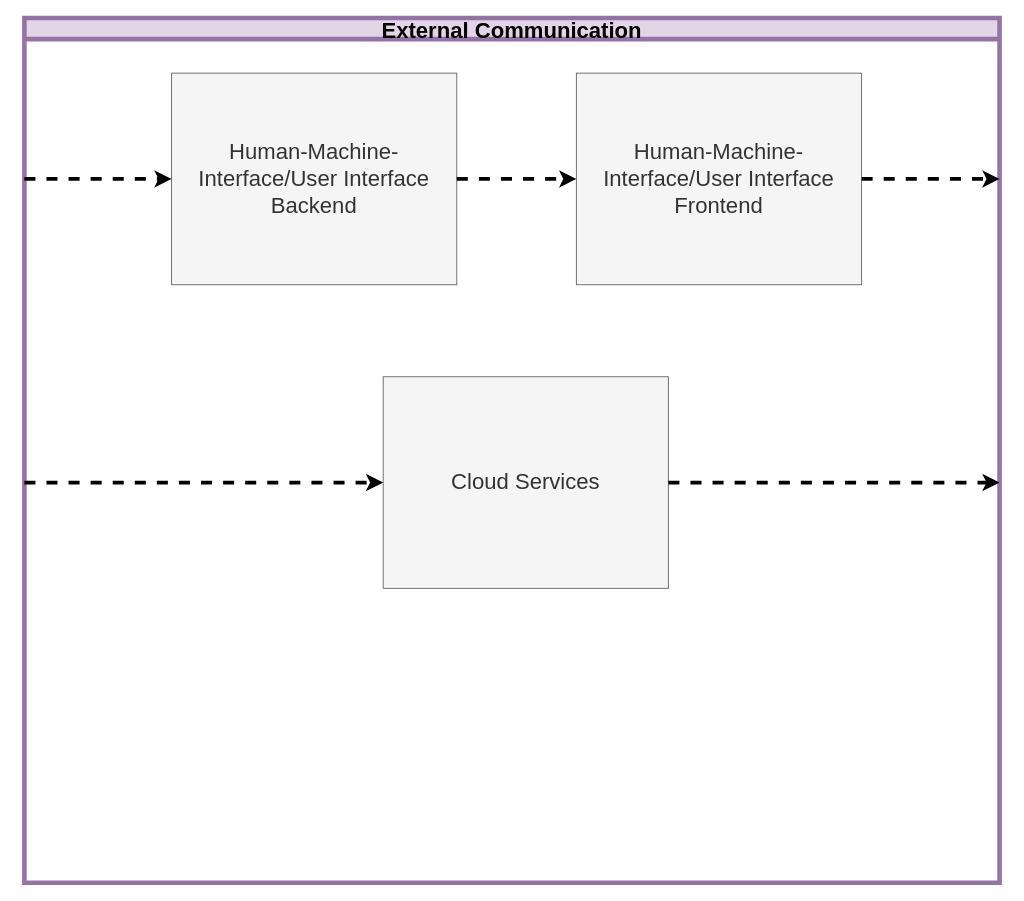
Above: page "#2 External Communication" (8 of 18) of OutdoorNavigationStructure.drawio in ipa-dmo/ipa_outdoor_docu (draw.io), before the change. Source tidied: cells renumbered, new cells numbered last; positions are measured from the earlier drawing's top-left corner, leaving out a move shared by most shapes. Both pictures are drawn from the tidied source at 92%, with x=0, y=0 at pixel (24, 17).
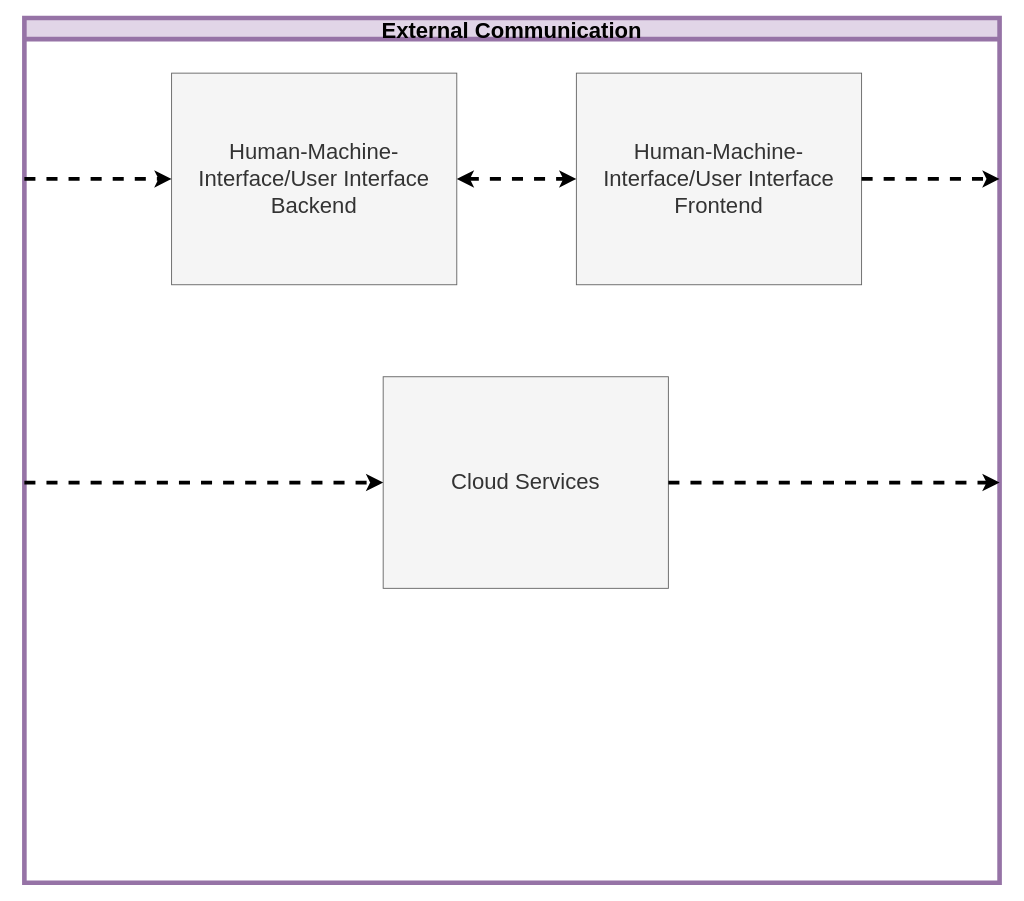
The same diagram, later.

Change to the diagram source:
```diff
@@
 <mxGraphModel>
   <root>
     <mxCell id="0" />
     <mxCell id="1" parent="0" />
     <mxCell id="2" value="External Communication" style="swimlane;fillColor=#e1d5e7;strokeColor=#9673a6;fontSize=24;strokeWidth=5;startSize=23;" parent="1" vertex="1">
       <mxGeometry width="1060" height="940" as="geometry" />
     </mxCell>
     <mxCell id="3" value="&lt;div&gt;&lt;font style=&quot;font-size: 24px&quot;&gt;Human-Machine-Interface/User Interface&lt;/font&gt;&lt;/div&gt;&lt;div&gt;&lt;font style=&quot;font-size: 24px&quot;&gt;Backend&lt;br&gt;&lt;/font&gt;&lt;/div&gt;" style="whiteSpace=wrap;html=1;fillColor=#f5f5f5;strokeColor=#666666;fontColor=#333333;" parent="2" vertex="1">
       <mxGeometry x="160" y="60" width="310" height="230" as="geometry" />
     </mxCell>
     <mxCell id="4" style="endArrow=classic;html=1;entryX=0;entryY=0.5;entryDx=0;entryDy=0;strokeWidth=4;dashed=1;" parent="2" edge="1" target="3">
       <mxGeometry relative="1" as="geometry">
         <mxPoint y="175" as="sourcePoint" />
       </mxGeometry>
     </mxCell>
-    <mxCell id="5" style="endArrow=classic;html=1;strokeWidth=4;exitX=1;exitY=0.5;exitDx=0;exitDy=0;dashed=1;entryX=0;entryY=0.5;entryDx=0;entryDy=0;" parent="2" edge="1" source="3" target="9">
+    <mxCell id="5" style="endArrow=classic;html=1;strokeWidth=4;exitX=1;exitY=0.5;exitDx=0;exitDy=0;dashed=1;entryX=0;entryY=0.5;entryDx=0;entryDy=0;startArrow=classic;startFill=1;" parent="2" edge="1" source="3" target="9">
       <mxGeometry relative="1" as="geometry" />
     </mxCell>
     <mxCell id="6" value="&lt;font style=&quot;font-size: 24px&quot;&gt;Cloud Services&lt;br&gt;&lt;/font&gt;" style="whiteSpace=wrap;html=1;fillColor=#f5f5f5;strokeColor=#666666;fontColor=#333333;" parent="2" vertex="1">
       <mxGeometry x="390" y="390" width="310" height="230" as="geometry" />
     </mxCell>
     <mxCell id="7" style="endArrow=classic;html=1;entryX=0;entryY=0.5;entryDx=0;entryDy=0;strokeWidth=4;dashed=1;" parent="2" edge="1" target="6">
       <mxGeometry relative="1" as="geometry">
         <mxPoint y="505" as="sourcePoint" />
       </mxGeometry>
     </mxCell>
     <mxCell id="8" style="endArrow=classic;html=1;strokeWidth=4;exitX=1;exitY=0.5;exitDx=0;exitDy=0;dashed=1;" parent="2" edge="1" source="6">
       <mxGeometry relative="1" as="geometry">
         <mxPoint x="1060" y="505" as="targetPoint" />
       </mxGeometry>
     </mxCell>
     <mxCell id="9" value="&lt;div&gt;&lt;font style=&quot;font-size: 24px&quot;&gt;Human-Machine-Interface/User Interface&lt;/font&gt;&lt;/div&gt;&lt;div&gt;&lt;font style=&quot;font-size: 24px&quot;&gt;Frontend&lt;br&gt;&lt;/font&gt;&lt;/div&gt;" style="whiteSpace=wrap;html=1;fillColor=#f5f5f5;strokeColor=#666666;fontColor=#333333;" parent="2" vertex="1">
       <mxGeometry x="600" y="60" width="310" height="230" as="geometry" />
     </mxCell>
     <mxCell id="10" style="endArrow=classic;html=1;strokeWidth=4;exitX=1;exitY=0.5;exitDx=0;exitDy=0;dashed=1;" parent="2" edge="1" source="9">
       <mxGeometry relative="1" as="geometry">
         <mxPoint x="1060" y="175" as="targetPoint" />
       </mxGeometry>
     </mxCell>
   </root>
 </mxGraphModel>
```
